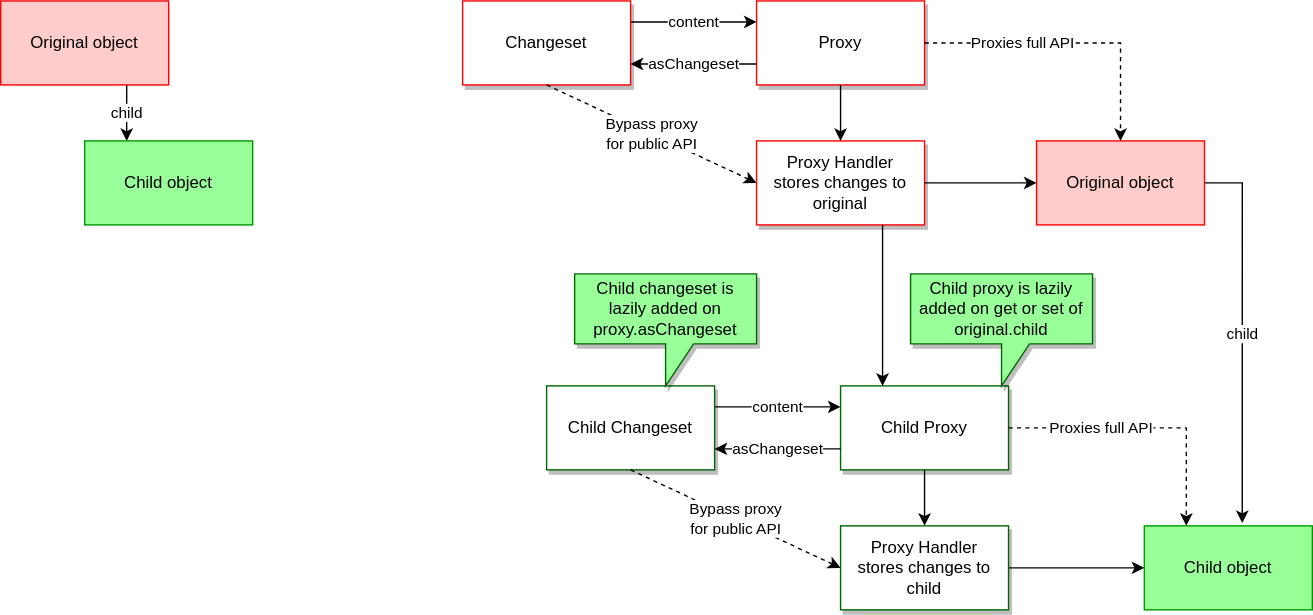
Before: structure.drawio.svg, a diagram exported from draw.io (adopted-ember-addons/validated-changeset). Source tidied: cells renumbered, new cells last; positions are measured from the earlier drawing's top-left corner, leaving out a move shared by most shapes. The source it was exported from:
```xml
<mxGraphModel>
  <root>
    <mxCell id="0" />
    <mxCell id="1" parent="0" />
    <mxCell id="2" value="child" style="edgeStyle=orthogonalEdgeStyle;rounded=0;jettySize=auto;html=1;exitX=0.75;exitY=1;exitDx=0;exitDy=0;entryX=0.25;entryY=0;entryDx=0;entryDy=0;" parent="1" edge="1" source="3" target="4">
      <mxGeometry relative="1" as="geometry" />
    </mxCell>
    <mxCell id="3" value="Original object" style="rounded=0;whiteSpace=wrap;html=1;strokeColor=#FF0000;fillColor=#FFCCCC;" parent="1" vertex="1">
      <mxGeometry width="120" height="60" as="geometry" />
    </mxCell>
    <mxCell id="4" value="Child object" style="rounded=0;whiteSpace=wrap;html=1;strokeColor=#009900;fillColor=#99FF99;" parent="1" vertex="1">
      <mxGeometry x="60" y="100" width="120" height="60" as="geometry" />
    </mxCell>
    <mxCell id="5" value="child" style="edgeStyle=orthogonalEdgeStyle;rounded=0;jettySize=auto;html=1;exitX=1;exitY=0.5;exitDx=0;exitDy=0;entryX=0.583;entryY=-0.033;entryDx=0;entryDy=0;entryPerimeter=0;" parent="1" edge="1" source="6" target="7">
      <mxGeometry relative="1" as="geometry" />
    </mxCell>
    <mxCell id="6" value="Original object" style="rounded=0;whiteSpace=wrap;html=1;strokeColor=#FF0000;fillColor=#FFCCCC;" parent="1" vertex="1">
      <mxGeometry x="740" y="100" width="120" height="60" as="geometry" />
    </mxCell>
    <mxCell id="7" value="Child object" style="rounded=0;whiteSpace=wrap;html=1;strokeColor=#009900;fillColor=#99FF99;" parent="1" vertex="1">
      <mxGeometry x="817" y="375" width="120" height="60" as="geometry" />
    </mxCell>
    <mxCell id="8" value="Proxy" style="rounded=0;whiteSpace=wrap;html=1;shadow=1;strokeColor=#FF0000;" parent="1" vertex="1">
      <mxGeometry x="540" width="120" height="60" as="geometry" />
    </mxCell>
    <mxCell id="9" value="Proxy Handler&lt;br&gt;stores changes to original" style="rounded=0;whiteSpace=wrap;html=1;shadow=1;strokeColor=#FF0000;" parent="1" vertex="1">
      <mxGeometry x="540" y="100" width="120" height="60" as="geometry" />
    </mxCell>
    <mxCell id="10" style="endArrow=classic;html=1;rounded=0;entryX=0;entryY=0.5;entryDx=0;entryDy=0;exitX=1;exitY=0.5;exitDx=0;exitDy=0;" parent="1" edge="1" source="9" target="6">
      <mxGeometry relative="1" as="geometry" />
    </mxCell>
    <mxCell id="11" style="endArrow=classic;html=1;rounded=0;entryX=0.5;entryY=0;entryDx=0;entryDy=0;exitX=0.5;exitY=1;exitDx=0;exitDy=0;" parent="1" edge="1" source="8" target="9">
      <mxGeometry relative="1" as="geometry" />
    </mxCell>
    <mxCell id="12" value="content" style="edgeStyle=orthogonalEdgeStyle;rounded=0;jettySize=auto;html=1;exitX=1;exitY=0.25;exitDx=0;exitDy=0;entryX=0;entryY=0.25;entryDx=0;entryDy=0;" parent="1" edge="1" source="13" target="8">
      <mxGeometry relative="1" as="geometry" />
    </mxCell>
    <mxCell id="13" value="Changeset" style="rounded=0;whiteSpace=wrap;html=1;shadow=1;strokeColor=#FF0000;" parent="1" vertex="1">
      <mxGeometry x="330" width="120" height="60" as="geometry" />
    </mxCell>
    <mxCell id="14" value="asChangeset" style="endArrow=classic;html=1;rounded=0;entryX=1;entryY=0.75;entryDx=0;entryDy=0;exitX=0;exitY=0.75;exitDx=0;exitDy=0;" parent="1" edge="1" source="8" target="13">
      <mxGeometry relative="1" as="geometry" />
    </mxCell>
    <mxCell id="15" style="edgeStyle=orthogonalEdgeStyle;rounded=0;jettySize=auto;html=1;exitX=1;exitY=0.5;exitDx=0;exitDy=0;entryX=0;entryY=0.5;entryDx=0;entryDy=0;" parent="1" edge="1" source="17" target="7">
      <mxGeometry relative="1" as="geometry" />
    </mxCell>
    <mxCell id="16" value="Child Proxy" style="rounded=0;whiteSpace=wrap;html=1;strokeColor=#006600;shadow=1;" parent="1" vertex="1">
      <mxGeometry x="600" y="275" width="120" height="60" as="geometry" />
    </mxCell>
    <mxCell id="17" value="Proxy Handler&lt;br&gt;stores changes to child" style="rounded=0;whiteSpace=wrap;html=1;strokeColor=#006600;shadow=1;" parent="1" vertex="1">
      <mxGeometry x="600" y="375" width="120" height="60" as="geometry" />
    </mxCell>
    <mxCell id="18" style="endArrow=classic;html=1;rounded=0;entryX=0.5;entryY=0;entryDx=0;entryDy=0;exitX=0.5;exitY=1;exitDx=0;exitDy=0;" parent="1" edge="1" source="16" target="17">
      <mxGeometry relative="1" as="geometry" />
    </mxCell>
    <mxCell id="19" value="content" style="edgeStyle=orthogonalEdgeStyle;rounded=0;jettySize=auto;html=1;exitX=1;exitY=0.25;exitDx=0;exitDy=0;entryX=0;entryY=0.25;entryDx=0;entryDy=0;" parent="1" edge="1" source="20" target="16">
      <mxGeometry relative="1" as="geometry" />
    </mxCell>
    <mxCell id="20" value="Child Changeset" style="rounded=0;whiteSpace=wrap;html=1;strokeColor=#006600;shadow=1;" parent="1" vertex="1">
      <mxGeometry x="390" y="275" width="120" height="60" as="geometry" />
    </mxCell>
    <mxCell id="21" value="asChangeset" style="endArrow=classic;html=1;rounded=0;entryX=1;entryY=0.75;entryDx=0;entryDy=0;exitX=0;exitY=0.75;exitDx=0;exitDy=0;" parent="1" edge="1" source="16" target="20">
      <mxGeometry relative="1" as="geometry" />
    </mxCell>
    <mxCell id="22" style="endArrow=classic;html=1;rounded=0;entryX=0.25;entryY=0;entryDx=0;entryDy=0;exitX=0.75;exitY=1;exitDx=0;exitDy=0;" parent="1" edge="1" source="9" target="16">
      <mxGeometry relative="1" as="geometry" />
    </mxCell>
    <mxCell id="23" value="Proxies full API" style="endArrow=classic;html=1;rounded=0;entryX=0.5;entryY=0;entryDx=0;entryDy=0;exitX=1;exitY=0.5;exitDx=0;exitDy=0;strokeColor=#000000;dashed=1;" parent="1" edge="1" source="8" target="6">
      <mxGeometry x="-0.33" relative="1" as="geometry">
        <Array as="points">
          <mxPoint x="800" y="30" />
        </Array>
      </mxGeometry>
    </mxCell>
    <mxCell id="24" value="Proxies full API" style="endArrow=classic;html=1;rounded=0;entryX=0.25;entryY=0;entryDx=0;entryDy=0;exitX=1;exitY=0.5;exitDx=0;exitDy=0;strokeColor=#000000;dashed=1;" parent="1" edge="1" source="16" target="7">
      <mxGeometry x="-0.33" relative="1" as="geometry">
        <Array as="points">
          <mxPoint x="847" y="305" />
        </Array>
      </mxGeometry>
    </mxCell>
    <mxCell id="25" value="Child proxy is lazily added on get or set of original.child" style="shape=callout;whiteSpace=wrap;html=1;perimeter=calloutPerimeter;shadow=1;strokeColor=#006600;fillColor=#99FF99;" parent="1" vertex="1">
      <mxGeometry x="650" y="195" width="130" height="80" as="geometry" />
    </mxCell>
    <mxCell id="26" value="Child changeset is lazily added on proxy.asChangeset" style="shape=callout;whiteSpace=wrap;html=1;perimeter=calloutPerimeter;shadow=1;strokeColor=#006600;fillColor=#99FF99;" parent="1" vertex="1">
      <mxGeometry x="410" y="195" width="130" height="80" as="geometry" />
    </mxCell>
    <mxCell id="27" value="Bypass proxy&lt;br&gt;for public API" style="endArrow=classic;html=1;rounded=0;dashed=1;strokeColor=#000000;exitX=0.5;exitY=1;exitDx=0;exitDy=0;entryX=0;entryY=0.5;entryDx=0;entryDy=0;" parent="1" edge="1" source="13" target="9">
      <mxGeometry relative="1" as="geometry" />
    </mxCell>
    <mxCell id="28" value="Bypass proxy&lt;br&gt;for public API" style="endArrow=classic;html=1;rounded=0;dashed=1;strokeColor=#000000;exitX=0.5;exitY=1;exitDx=0;exitDy=0;entryX=0;entryY=0.5;entryDx=0;entryDy=0;" parent="1" edge="1" source="20" target="17">
      <mxGeometry relative="1" as="geometry" />
    </mxCell>
  </root>
</mxGraphModel>
```
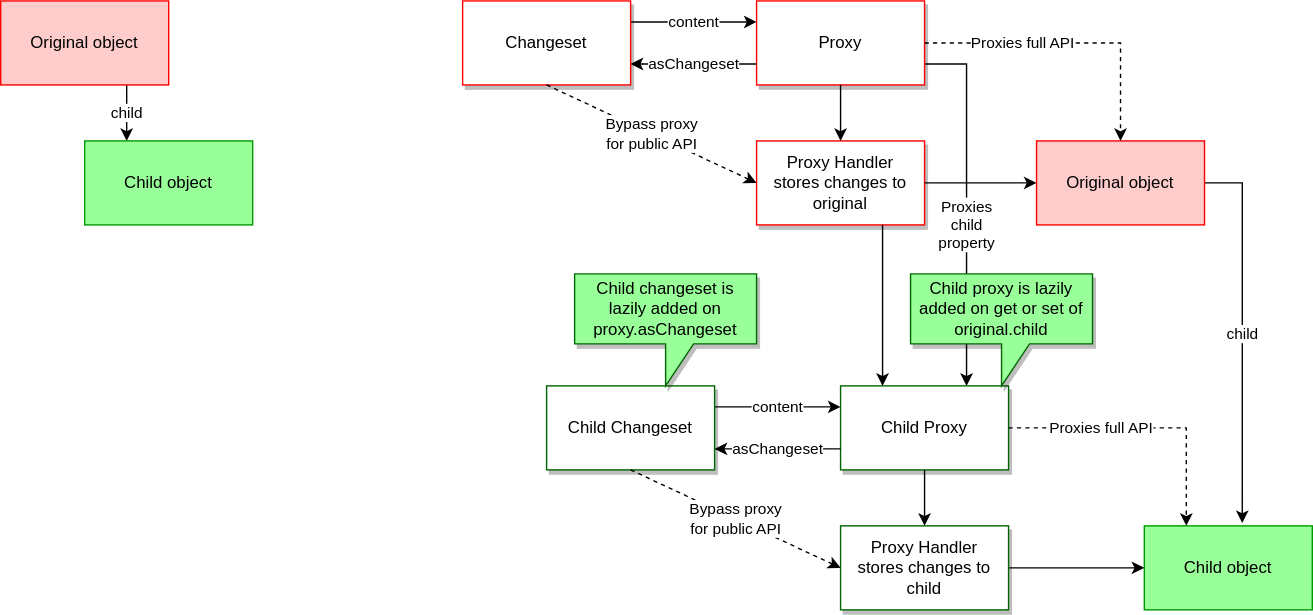
Above is the later version.

Diff of the diagram source:
```diff
@@ -2,6 +2,13 @@
   <root>
     <mxCell id="0" />
     <mxCell id="1" parent="0" />
+    <mxCell id="29" value="Proxies&lt;br&gt;child&lt;br&gt;property" style="endArrow=classic;html=1;rounded=0;entryX=0.75;entryY=0;entryDx=0;entryDy=0;exitX=1;exitY=0.75;exitDx=0;exitDy=0;" parent="1" edge="1" source="8" target="16">
+      <mxGeometry x="0.12" relative="1" as="geometry">
+        <Array as="points">
+          <mxPoint x="690" y="45" />
+        </Array>
+      </mxGeometry>
+    </mxCell>
     <mxCell id="2" value="child" style="edgeStyle=orthogonalEdgeStyle;rounded=0;jettySize=auto;html=1;exitX=0.75;exitY=1;exitDx=0;exitDy=0;entryX=0.25;entryY=0;entryDx=0;entryDy=0;" parent="1" edge="1" source="3" target="4">
       <mxGeometry relative="1" as="geometry" />
     </mxCell>
```
